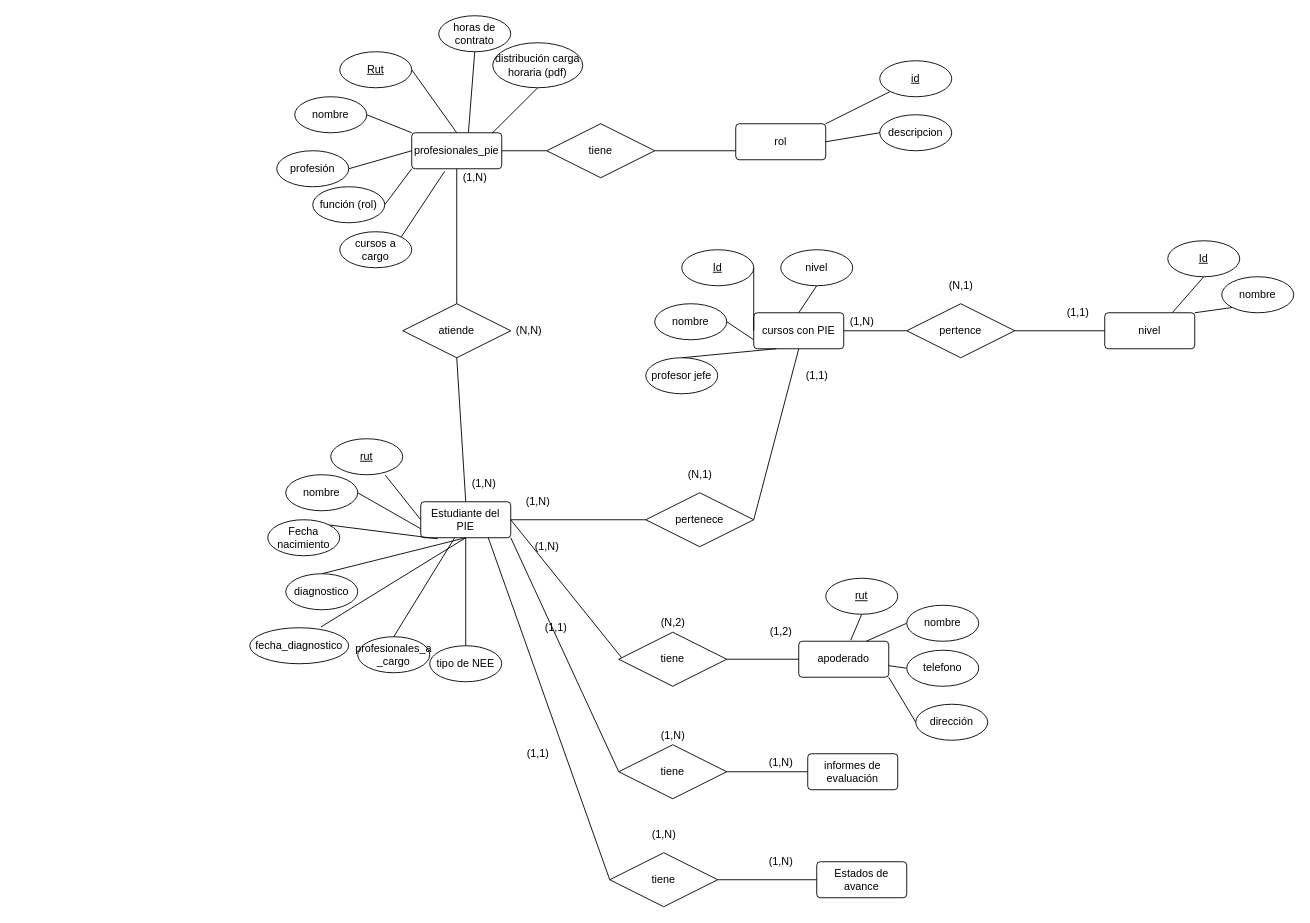
Above: page "Modelo conceptual" (2 of 3) of caso_de_uso.drawio in German-G-M/Modelamiento_y_Normalizaci-n (draw.io), before the change. Source tidied: cells renumbered, new cells numbered last; positions are measured from the earlier drawing's top-left corner, leaving out a move shared by most shapes. Both pictures are drawn from the tidied source at 90%, with x=0, y=0 at pixel (249, 15).
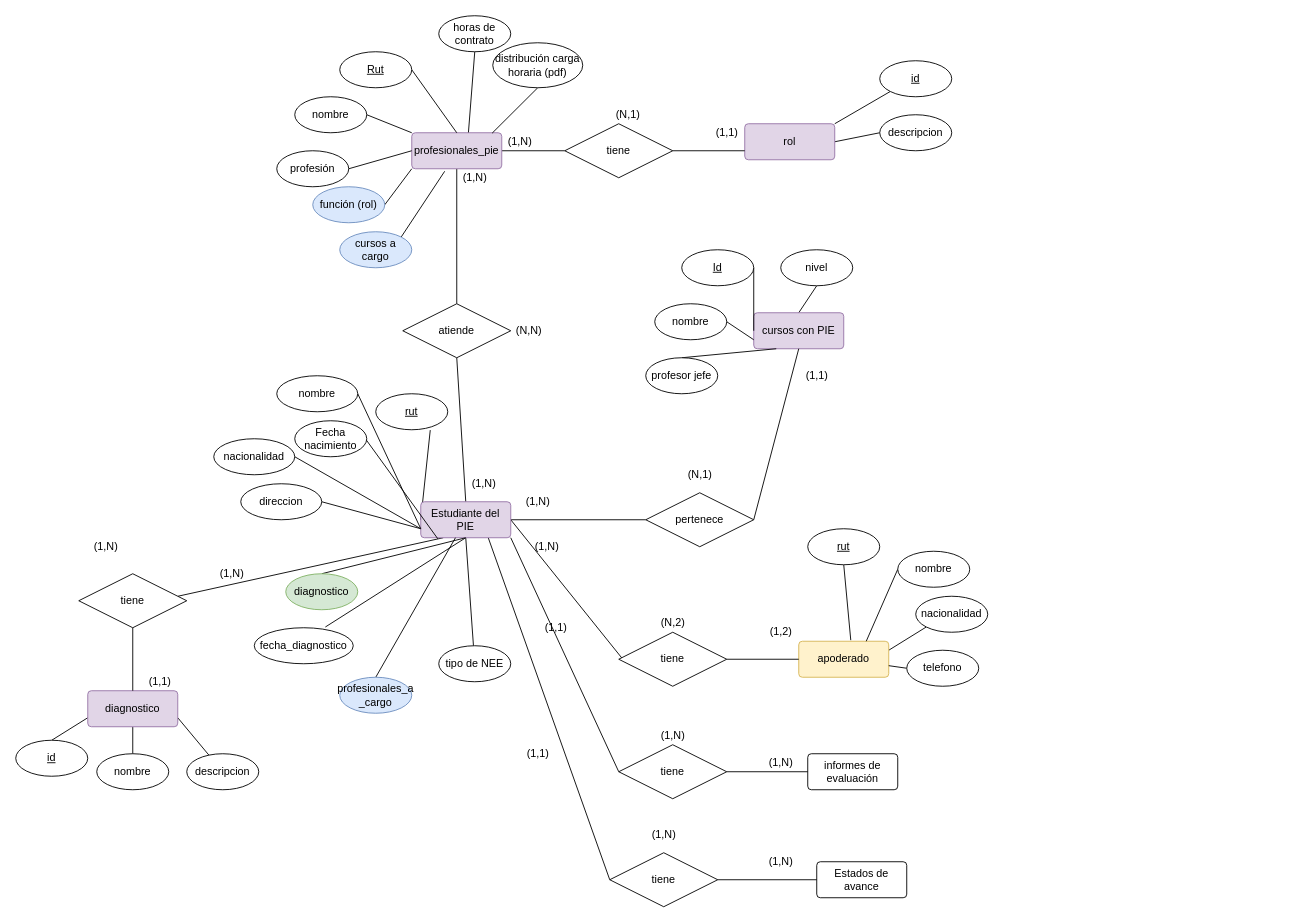
Above is the later version.

Diff of the diagram source:
```diff
@@
-    <mxCell id="4" value="profesionales_pie" style="rounded=1;arcSize=10;whiteSpace=wrap;html=1;align=center;" parent="1" vertex="1">
+    <mxCell id="4" value="profesionales_pie" style="rounded=1;arcSize=10;whiteSpace=wrap;html=1;align=center;fillColor=#e1d5e7;strokeColor=#9673a6;" parent="1" vertex="1">
       <mxGeometry x="180" y="130" width="100" height="40" as="geometry" />
     </mxCell>
@@
-    <mxCell id="9" value="rol" style="rounded=1;arcSize=10;whiteSpace=wrap;html=1;align=center;" parent="1" vertex="1">
-      <mxGeometry x="540" y="120" width="100" height="40" as="geometry" />
+    <mxCell id="9" value="rol" style="rounded=1;arcSize=10;whiteSpace=wrap;html=1;align=center;fillColor=#e1d5e7;strokeColor=#9673a6;" parent="1" vertex="1">
+      <mxGeometry x="550" y="120" width="100" height="40" as="geometry" />
     </mxCell>
@@
-    <mxCell id="15" value="función (rol)" style="ellipse;whiteSpace=wrap;html=1;" parent="1" vertex="1">
+    <mxCell id="15" value="función (rol)" style="ellipse;whiteSpace=wrap;html=1;fillColor=#dae8fc;strokeColor=#6c8ebf;" parent="1" vertex="1">
       <mxGeometry x="70" y="190" width="80" height="40" as="geometry" />
     </mxCell>
@@
-    <mxCell id="17" value="cursos a cargo" style="ellipse;whiteSpace=wrap;html=1;" parent="1" vertex="1">
+    <mxCell id="17" value="cursos a cargo" style="ellipse;whiteSpace=wrap;html=1;fillColor=#dae8fc;strokeColor=#6c8ebf;" parent="1" vertex="1">
       <mxGeometry x="100" y="240" width="80" height="40" as="geometry" />
     </mxCell>
@@
-    <mxCell id="24" style="edgeStyle=none;rounded=0;jettySize=auto;html=1;exitX=1;exitY=0.5;exitDx=0;exitDy=0;endArrow=none;endFill=0;" parent="1" edge="1" source="26" target="31">
-      <mxGeometry relative="1" as="geometry" />
-    </mxCell>
@@
-    <mxCell id="26" value="cursos con PIE" style="rounded=1;arcSize=10;whiteSpace=wrap;html=1;align=center;" parent="1" vertex="1">
+    <mxCell id="26" value="cursos con PIE" style="rounded=1;arcSize=10;whiteSpace=wrap;html=1;align=center;fillColor=#e1d5e7;strokeColor=#9673a6;" parent="1" vertex="1">
       <mxGeometry x="560" y="330" width="100" height="40" as="geometry" />
     </mxCell>
@@
-    <mxCell id="29" value="nivel" style="rounded=1;arcSize=10;whiteSpace=wrap;html=1;align=center;" parent="1" vertex="1">
-      <mxGeometry x="950" y="330" width="100" height="40" as="geometry" />
-    </mxCell>
-    <mxCell id="30" style="edgeStyle=none;rounded=0;jettySize=auto;html=1;exitX=1;exitY=0.5;exitDx=0;exitDy=0;entryX=0;entryY=0.5;entryDx=0;entryDy=0;endArrow=none;endFill=0;" parent="1" edge="1" source="31" target="29">
-      <mxGeometry relative="1" as="geometry" />
-    </mxCell>
-    <mxCell id="31" value="pertence" style="shape=rhombus;perimeter=rhombusPerimeter;whiteSpace=wrap;html=1;align=center;" parent="1" vertex="1">
-      <mxGeometry x="730" y="320" width="120" height="60" as="geometry" />
-    </mxCell>
@@
-    <mxCell id="36" style="edgeStyle=none;rounded=0;jettySize=auto;html=1;exitX=0.5;exitY=1;exitDx=0;exitDy=0;entryX=0.75;entryY=0;entryDx=0;entryDy=0;endArrow=none;endFill=0;" parent="1" edge="1" source="37" target="29">
-      <mxGeometry relative="1" as="geometry" />
-    </mxCell>
-    <mxCell id="37" value="&lt;u&gt;Id&lt;/u&gt;" style="ellipse;whiteSpace=wrap;html=1;" parent="1" vertex="1">
-      <mxGeometry x="1020" y="250" width="80" height="40" as="geometry" />
-    </mxCell>
-    <mxCell id="38" style="edgeStyle=none;rounded=0;jettySize=auto;html=1;exitX=0;exitY=1;exitDx=0;exitDy=0;entryX=1;entryY=0;entryDx=0;entryDy=0;endArrow=none;endFill=0;" parent="1" edge="1" source="39" target="29">
-      <mxGeometry relative="1" as="geometry" />
-    </mxCell>
-    <mxCell id="39" value="nombre" style="ellipse;whiteSpace=wrap;html=1;" parent="1" vertex="1">
-      <mxGeometry x="1080" y="290" width="80" height="40" as="geometry" />
-    </mxCell>
-    <mxCell id="40" value="(1,1)" style="text;html=1;align=center;verticalAlign=middle;strokeColor=none;fillColor=none;" parent="1" vertex="1">
-      <mxGeometry x="900" y="320" width="40" height="20" as="geometry" />
-    </mxCell>
-    <mxCell id="41" value="(1,N)" style="text;html=1;align=center;verticalAlign=middle;strokeColor=none;fillColor=none;" parent="1" vertex="1">
-      <mxGeometry x="660" y="330" width="40" height="20" as="geometry" />
-    </mxCell>
-    <mxCell id="42" value="(N,1)" style="text;html=1;align=center;verticalAlign=middle;strokeColor=none;fillColor=none;" parent="1" vertex="1">
-      <mxGeometry x="770" y="290" width="40" height="20" as="geometry" />
-    </mxCell>
@@
+    <mxCell id="101" style="edgeStyle=none;rounded=0;jettySize=auto;html=1;exitX=0.25;exitY=1;exitDx=0;exitDy=0;entryX=0.917;entryY=0.417;entryDx=0;entryDy=0;entryPerimeter=0;startArrow=none;startFill=0;endArrow=none;endFill=0;" parent="1" edge="1" source="50" target="111">
+      <mxGeometry relative="1" as="geometry" />
+    </mxCell>
+    <mxCell id="102" style="edgeStyle=none;rounded=0;jettySize=auto;html=1;exitX=0;exitY=0.75;exitDx=0;exitDy=0;entryX=1;entryY=0.5;entryDx=0;entryDy=0;startArrow=none;startFill=0;endArrow=none;endFill=0;" parent="1" edge="1" source="50" target="114">
+      <mxGeometry relative="1" as="geometry" />
+    </mxCell>
-    <mxCell id="50" value="Estudiante del PIE" style="rounded=1;arcSize=10;whiteSpace=wrap;html=1;align=center;" parent="1" vertex="1">
+    <mxCell id="50" value="Estudiante del PIE" style="rounded=1;arcSize=10;whiteSpace=wrap;html=1;align=center;fillColor=#e1d5e7;strokeColor=#9673a6;" parent="1" vertex="1">
       <mxGeometry x="190" y="540" width="100" height="40" as="geometry" />
     </mxCell>
@@
     <mxCell id="52" value="&lt;u&gt;rut&lt;/u&gt;" style="ellipse;whiteSpace=wrap;html=1;" parent="1" vertex="1">
-      <mxGeometry x="90" y="470" width="80" height="40" as="geometry" />
+      <mxGeometry x="140" y="420" width="80" height="40" as="geometry" />
     </mxCell>
@@
     <mxCell id="54" value="nombre" style="ellipse;whiteSpace=wrap;html=1;" parent="1" vertex="1">
-      <mxGeometry x="40" y="510" width="80" height="40" as="geometry" />
+      <mxGeometry x="30" y="400" width="90" height="40" as="geometry" />
     </mxCell>
@@
     <mxCell id="56" value="Fecha nacimiento" style="ellipse;whiteSpace=wrap;html=1;" parent="1" vertex="1">
-      <mxGeometry x="20" y="560" width="80" height="40" as="geometry" />
+      <mxGeometry x="50" y="450" width="80" height="40" as="geometry" />
     </mxCell>
@@
-    <mxCell id="58" value="diagnostico" style="ellipse;whiteSpace=wrap;html=1;" parent="1" vertex="1">
+    <mxCell id="58" value="diagnostico" style="ellipse;whiteSpace=wrap;html=1;fillColor=#d5e8d4;strokeColor=#82b366;" parent="1" vertex="1">
       <mxGeometry x="40" y="620" width="80" height="40" as="geometry" />
     </mxCell>
+    <mxCell id="103" style="edgeStyle=none;rounded=0;jettySize=auto;html=1;exitX=1;exitY=0.25;exitDx=0;exitDy=0;entryX=0;entryY=1;entryDx=0;entryDy=0;startArrow=none;startFill=0;endArrow=none;endFill=0;" parent="1" edge="1" source="59" target="118">
+      <mxGeometry relative="1" as="geometry" />
+    </mxCell>
-    <mxCell id="59" value="apoderado" style="rounded=1;arcSize=10;whiteSpace=wrap;html=1;align=center;" parent="1" vertex="1">
+    <mxCell id="59" value="apoderado" style="rounded=1;arcSize=10;whiteSpace=wrap;html=1;align=center;fillColor=#fff2cc;strokeColor=#d6b656;" parent="1" vertex="1">
       <mxGeometry x="610" y="695" width="100" height="40" as="geometry" />
     </mxCell>
@@
-    <mxCell id="63" value="profesionales_a _cargo" style="ellipse;whiteSpace=wrap;html=1;" parent="1" vertex="1">
-      <mxGeometry x="120" y="690" width="80" height="40" as="geometry" />
+    <mxCell id="63" value="profesionales_a _cargo" style="ellipse;whiteSpace=wrap;html=1;fillColor=#dae8fc;strokeColor=#6c8ebf;" parent="1" vertex="1">
+      <mxGeometry x="100" y="735" width="80" height="40" as="geometry" />
     </mxCell>
@@
     <mxCell id="67" value="fecha_diagnostico" style="ellipse;whiteSpace=wrap;html=1;" parent="1" vertex="1">
-      <mxGeometry y="680" width="110" height="40" as="geometry" />
+      <mxGeometry x="5" y="680" width="110" height="40" as="geometry" />
     </mxCell>
@@
     <mxCell id="69" value="&lt;u&gt;rut&lt;/u&gt;" style="ellipse;whiteSpace=wrap;html=1;" parent="1" vertex="1">
-      <mxGeometry x="640" y="625" width="80" height="40" as="geometry" />
+      <mxGeometry x="620" y="570" width="80" height="40" as="geometry" />
     </mxCell>
@@
     <mxCell id="71" value="nombre" style="ellipse;whiteSpace=wrap;html=1;" parent="1" vertex="1">
-      <mxGeometry x="730" y="655" width="80" height="40" as="geometry" />
+      <mxGeometry x="720" y="595" width="80" height="40" as="geometry" />
     </mxCell>
@@
-    <mxCell id="74" style="edgeStyle=none;rounded=0;jettySize=auto;html=1;exitX=0;exitY=0.5;exitDx=0;exitDy=0;entryX=1;entryY=1;entryDx=0;entryDy=0;endArrow=none;endFill=0;" parent="1" edge="1" source="75" target="59">
-      <mxGeometry relative="1" as="geometry" />
-    </mxCell>
-    <mxCell id="75" value="dirección" style="ellipse;whiteSpace=wrap;html=1;" parent="1" vertex="1">
-      <mxGeometry x="740" y="765" width="80" height="40" as="geometry" />
-    </mxCell>
@@
     <mxCell id="78" value="tipo de NEE" style="ellipse;whiteSpace=wrap;html=1;" parent="1" vertex="1">
-      <mxGeometry x="200" y="700" width="80" height="40" as="geometry" />
+      <mxGeometry x="210" y="700" width="80" height="40" as="geometry" />
     </mxCell>
@@
     <mxCell id="83" value="tiene" style="shape=rhombus;perimeter=rhombusPerimeter;whiteSpace=wrap;html=1;align=center;" parent="1" vertex="1">
-      <mxGeometry x="330" y="120" width="120" height="60" as="geometry" />
+      <mxGeometry x="350" y="120" width="120" height="60" as="geometry" />
     </mxCell>
@@
+    <mxCell id="104" value="(1,1)" style="text;html=1;align=center;verticalAlign=middle;strokeColor=none;fillColor=none;" parent="1" vertex="1">
+      <mxGeometry x="510" y="120" width="40" height="20" as="geometry" />
+    </mxCell>
+    <mxCell id="105" value="(1,N)" style="text;html=1;align=center;verticalAlign=middle;strokeColor=none;fillColor=none;" parent="1" vertex="1">
+      <mxGeometry x="280" y="130" width="40" height="20" as="geometry" />
+    </mxCell>
+    <mxCell id="42" value="(N,1)" style="text;html=1;align=center;verticalAlign=middle;strokeColor=none;fillColor=none;" parent="1" vertex="1">
+      <mxGeometry x="400" y="100" width="40" height="20" as="geometry" />
+    </mxCell>
+    <mxCell id="106" style="edgeStyle=none;rounded=0;jettySize=auto;html=1;exitX=0;exitY=0.75;exitDx=0;exitDy=0;entryX=0.5;entryY=0;entryDx=0;entryDy=0;startArrow=none;startFill=0;endArrow=none;endFill=0;" parent="1" edge="1" source="109" target="112">
+      <mxGeometry relative="1" as="geometry" />
+    </mxCell>
+    <mxCell id="107" style="edgeStyle=none;rounded=0;jettySize=auto;html=1;exitX=0.5;exitY=1;exitDx=0;exitDy=0;startArrow=none;startFill=0;endArrow=none;endFill=0;" parent="1" edge="1" source="109" target="39">
+      <mxGeometry relative="1" as="geometry" />
+    </mxCell>
+    <mxCell id="108" style="edgeStyle=none;rounded=0;jettySize=auto;html=1;exitX=1;exitY=0.75;exitDx=0;exitDy=0;startArrow=none;startFill=0;endArrow=none;endFill=0;" parent="1" edge="1" source="109" target="113">
+      <mxGeometry relative="1" as="geometry" />
+    </mxCell>
+    <mxCell id="109" value="diagnostico" style="rounded=1;arcSize=10;whiteSpace=wrap;html=1;align=center;fillColor=#e1d5e7;strokeColor=#9673a6;" parent="1" vertex="1">
+      <mxGeometry x="-180" y="750" width="100" height="40" as="geometry" />
+    </mxCell>
+    <mxCell id="110" style="edgeStyle=none;rounded=0;jettySize=auto;html=1;exitX=0.5;exitY=1;exitDx=0;exitDy=0;entryX=0.5;entryY=0;entryDx=0;entryDy=0;startArrow=none;startFill=0;endArrow=none;endFill=0;" parent="1" edge="1" source="111" target="109">
+      <mxGeometry relative="1" as="geometry" />
+    </mxCell>
+    <mxCell id="111" value="tiene" style="shape=rhombus;perimeter=rhombusPerimeter;whiteSpace=wrap;html=1;align=center;" parent="1" vertex="1">
+      <mxGeometry x="-190" y="620" width="120" height="60" as="geometry" />
+    </mxCell>
+    <mxCell id="112" value="&lt;u&gt;id&lt;/u&gt;" style="ellipse;whiteSpace=wrap;html=1;" parent="1" vertex="1">
+      <mxGeometry x="-260" y="805" width="80" height="40" as="geometry" />
+    </mxCell>
+    <mxCell id="39" value="nombre" style="ellipse;whiteSpace=wrap;html=1;" parent="1" vertex="1">
+      <mxGeometry x="-170" y="820" width="80" height="40" as="geometry" />
+    </mxCell>
+    <mxCell id="113" value="descripcion" style="ellipse;whiteSpace=wrap;html=1;" parent="1" vertex="1">
+      <mxGeometry x="-70" y="820" width="80" height="40" as="geometry" />
+    </mxCell>
+    <mxCell id="114" value="nacionalidad" style="ellipse;whiteSpace=wrap;html=1;" parent="1" vertex="1">
+      <mxGeometry x="-40" y="470" width="90" height="40" as="geometry" />
+    </mxCell>
+    <mxCell id="115" value="(1,N)" style="text;html=1;align=center;verticalAlign=middle;strokeColor=none;fillColor=none;" parent="1" vertex="1">
+      <mxGeometry x="-40" y="610" width="40" height="20" as="geometry" />
+    </mxCell>
+    <mxCell id="116" value="(1,1)" style="text;html=1;align=center;verticalAlign=middle;strokeColor=none;fillColor=none;" parent="1" vertex="1">
+      <mxGeometry x="-120" y="730" width="40" height="20" as="geometry" />
+    </mxCell>
+    <mxCell id="117" value="(1,N)" style="text;html=1;align=center;verticalAlign=middle;strokeColor=none;fillColor=none;" parent="1" vertex="1">
+      <mxGeometry x="-180" y="580" width="40" height="20" as="geometry" />
+    </mxCell>
+    <mxCell id="118" value="nacionalidad" style="ellipse;whiteSpace=wrap;html=1;" parent="1" vertex="1">
+      <mxGeometry x="740" y="645" width="80" height="40" as="geometry" />
+    </mxCell>
+    <mxCell id="119" style="edgeStyle=none;rounded=0;jettySize=auto;html=1;exitX=1;exitY=0.5;exitDx=0;exitDy=0;entryX=0;entryY=0.75;entryDx=0;entryDy=0;startArrow=none;startFill=0;endArrow=none;endFill=0;" parent="1" edge="1" source="120" target="50">
+      <mxGeometry relative="1" as="geometry" />
+    </mxCell>
+    <mxCell id="120" value="direccion" style="ellipse;whiteSpace=wrap;html=1;" parent="1" vertex="1">
+      <mxGeometry x="-10" y="520" width="90" height="40" as="geometry" />
+    </mxCell>
```
